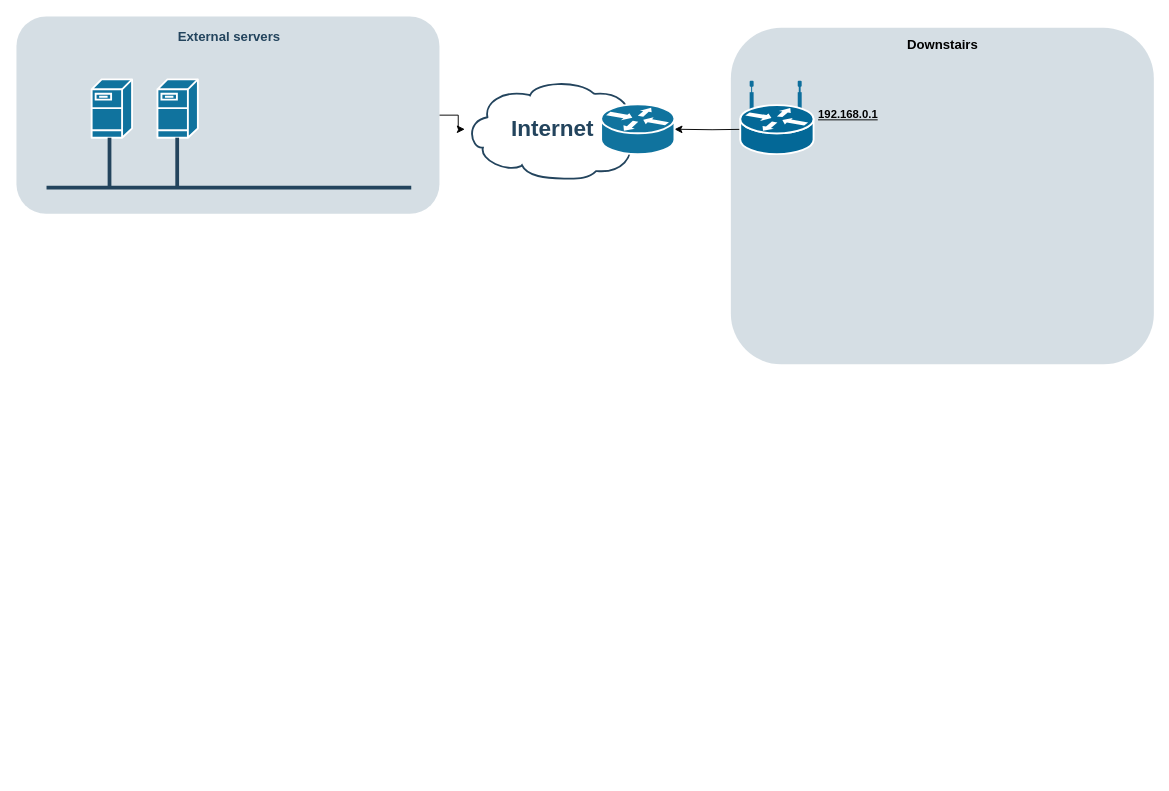
Before: Network.drawio in Deanosim/Network-Documentation, a draw.io diagram. Source tidied: cells renumbered, new cells numbered last; positions are measured from the earlier drawing's top-left corner, leaving out a move shared by most shapes. Both pictures are drawn from the tidied source at 94%, with x=0, y=0 at pixel (16, 16).
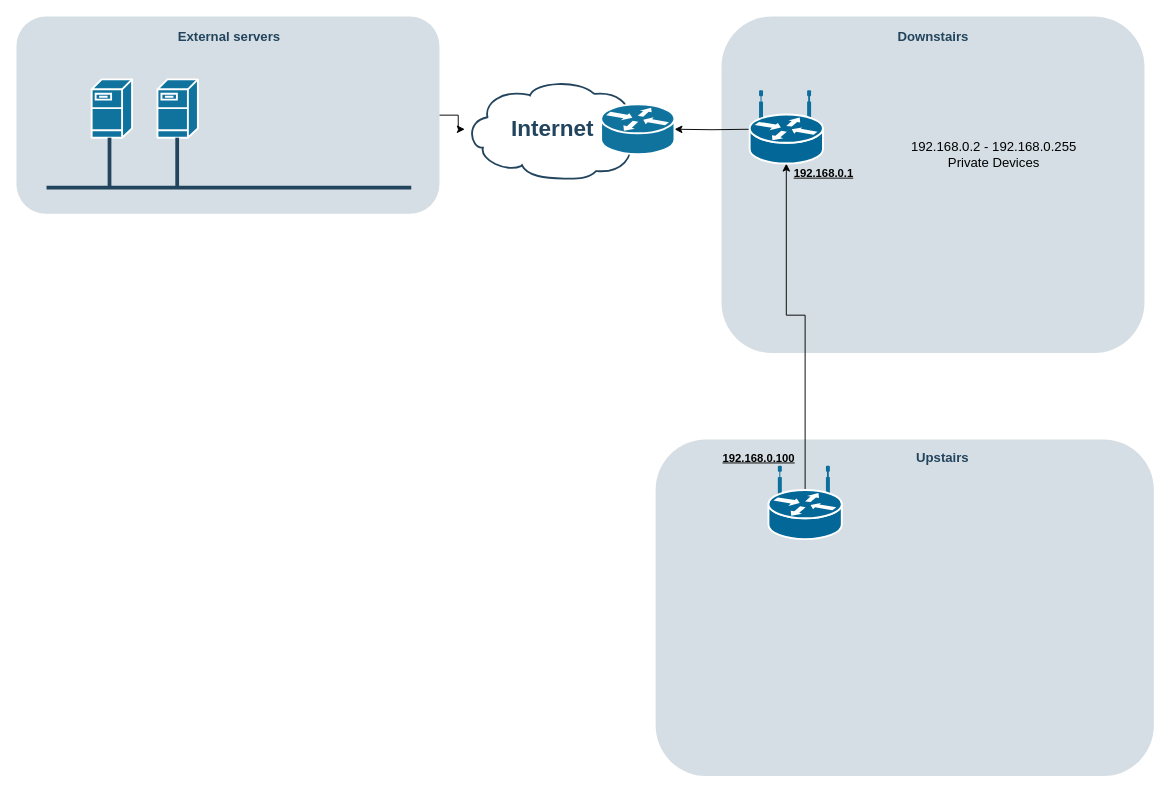
The same page after the edit.

The edit, as a diff of the source:
```diff
@@
+    <mxCell id="17" style="rounded=1;whiteSpace=wrap;html=1;strokeColor=none;fillColor=#BAC8D3;fontSize=24;fontColor=#23445D;align=center;opacity=60;" parent="1" vertex="1">
+      <mxGeometry x="680" y="450" width="530" height="358" as="geometry" />
+    </mxCell>
     <mxCell id="2" style="rounded=1;whiteSpace=wrap;html=1;strokeColor=none;fillColor=#BAC8D3;fontSize=24;fontColor=#23445D;align=center;opacity=60;" parent="1" vertex="1">
-      <mxGeometry x="760" y="12" width="450" height="358" as="geometry" />
+      <mxGeometry x="750" width="450" height="358" as="geometry" />
     </mxCell>
@@
+    <mxCell id="18" style="edgeStyle=orthogonalEdgeStyle;rounded=0;jettySize=auto;html=1;exitX=0.5;exitY=0.32;exitDx=0;exitDy=0;exitPerimeter=0;" parent="1" edge="1" source="14" target="20">
+      <mxGeometry relative="1" as="geometry" />
+    </mxCell>
     <mxCell id="14" style="shape=mxgraph.cisco.routers.wireless_router;html=1;dashed=0;fillColor=#036897;strokeColor=#ffffff;strokeWidth=2;verticalLabelPosition=bottom;verticalAlign=top;align=center;outlineConnect=0;" parent="1" vertex="1">
-      <mxGeometry x="770" y="69.5" width="78" height="77" as="geometry" />
+      <mxGeometry x="800" y="479" width="78" height="77" as="geometry" />
     </mxCell>
     <mxCell id="15" value="&lt;div&gt;&lt;b&gt;&lt;u&gt;192.168.0.1&lt;/u&gt;&lt;/b&gt;&lt;/div&gt;" style="text;html=1;strokeColor=none;fillColor=none;align=center;verticalAlign=middle;whiteSpace=wrap;rounded=0;" parent="1" vertex="1">
-      <mxGeometry x="830" y="95" width="110" height="20" as="geometry" />
+      <mxGeometry x="813.5" y="156.5" width="90" height="20" as="geometry" />
     </mxCell>
+    <mxCell id="19" value="&lt;font color=&quot;#23445d&quot;&gt;Upstairs&lt;br&gt;&lt;/font&gt;" style="rounded=1;whiteSpace=wrap;html=1;strokeColor=none;fillColor=none;fontSize=14;fontColor=#742B21;align=center;fontStyle=1;" parent="1" vertex="1">
+      <mxGeometry x="913.5" y="460" width="143" height="19" as="geometry" />
+    </mxCell>
-    <mxCell id="16" value="&lt;font style=&quot;font-size: 14px&quot;&gt;&lt;b&gt;&lt;font style=&quot;font-size: 14px&quot;&gt;Downstairs&lt;/font&gt;&lt;/b&gt;&lt;/font&gt;" style="text;html=1;strokeColor=none;fillColor=none;align=center;verticalAlign=middle;whiteSpace=wrap;rounded=0;" parent="1" vertex="1">
-      <mxGeometry x="937.5" y="20" width="95" height="20" as="geometry" />
+    <mxCell id="16" value="&lt;font color=&quot;#23445d&quot;&gt;Downstairs&lt;br&gt;&lt;/font&gt;" style="rounded=1;whiteSpace=wrap;html=1;strokeColor=none;fillColor=none;fontSize=14;fontColor=#742B21;align=center;fontStyle=1;" parent="1" vertex="1">
+      <mxGeometry x="903.5" y="12" width="143" height="19" as="geometry" />
     </mxCell>
+    <mxCell id="20" style="shape=mxgraph.cisco.routers.wireless_router;html=1;dashed=0;fillColor=#036897;strokeColor=#ffffff;strokeWidth=2;verticalLabelPosition=bottom;verticalAlign=top;align=center;outlineConnect=0;" parent="1" vertex="1">
+      <mxGeometry x="780" y="79.5" width="78" height="77" as="geometry" />
+    </mxCell>
+    <mxCell id="21" value="&lt;div&gt;&lt;b&gt;&lt;u&gt;192.168.0.100&lt;/u&gt;&lt;/b&gt;&lt;/div&gt;" style="text;html=1;strokeColor=none;fillColor=none;align=center;verticalAlign=middle;whiteSpace=wrap;rounded=0;" parent="1" vertex="1">
+      <mxGeometry x="740" y="460" width="100" height="20" as="geometry" />
+    </mxCell>
+    <mxCell id="22" value="&lt;font style=&quot;font-size: 14px&quot;&gt;192.168.0.2 - 192.168.0.255 Private Devices&lt;br&gt;&lt;/font&gt;" style="text;html=1;strokeColor=none;fillColor=none;align=center;verticalAlign=middle;whiteSpace=wrap;rounded=0;" parent="1" vertex="1">
+      <mxGeometry x="940" y="136.5" width="200" height="20" as="geometry" />
+    </mxCell>
```
